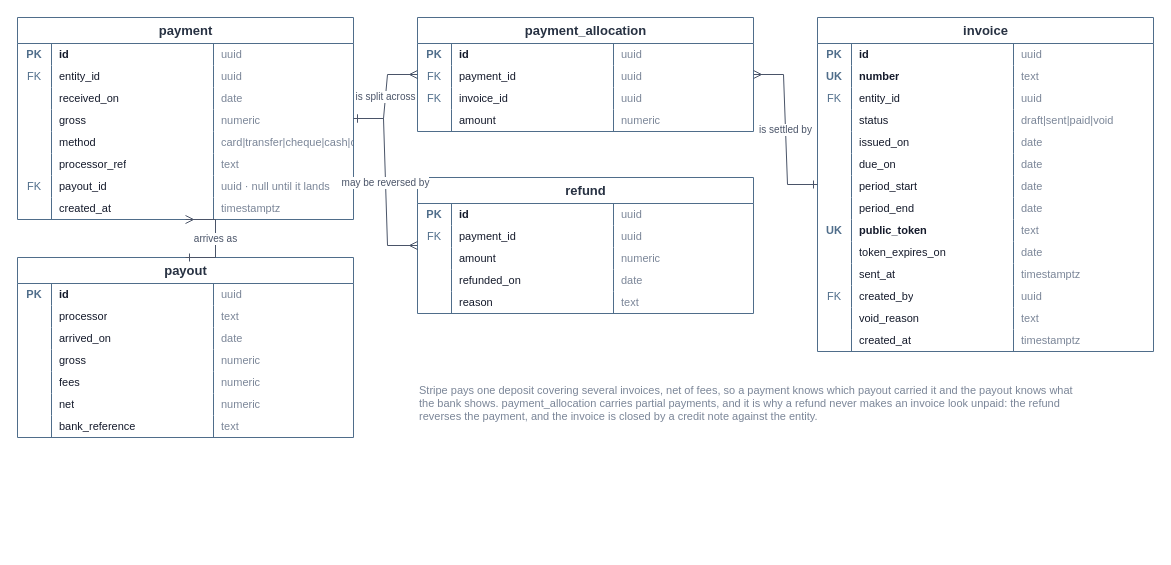
The draw.io diagram docs/schema/07-money-in.drawio in TylerVigario/reckon, before the edit. Source tidied: cells renumbered, new cells numbered last; positions are measured from the earlier drawing's top-left corner, leaving out a move shared by most shapes. Both pictures are drawn from the tidied source at 100%, with x=0, y=0 at pixel (17, 17).
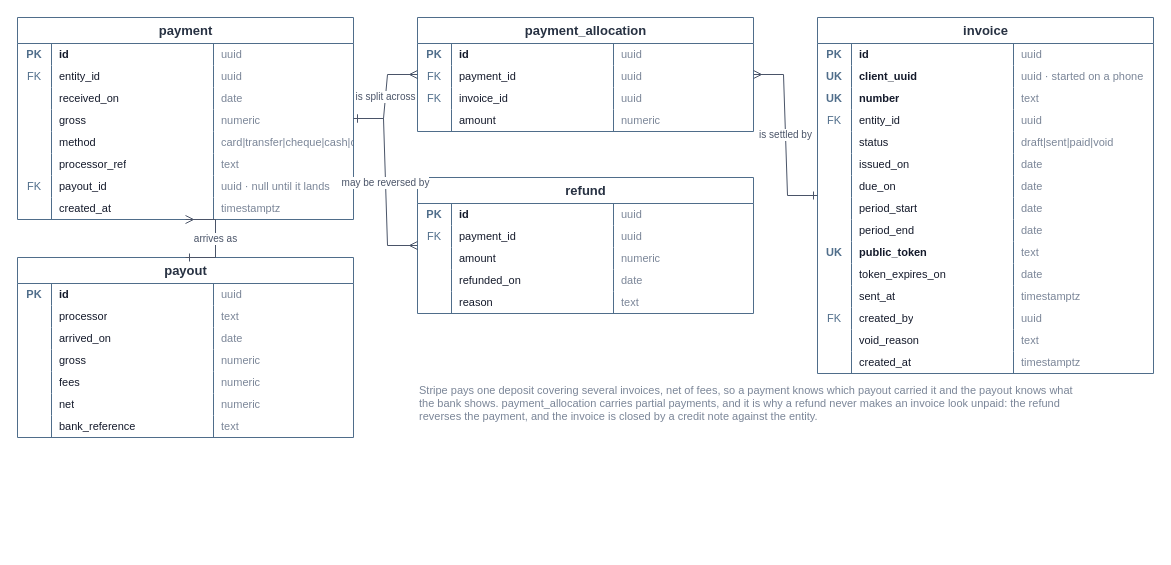
The same diagram, later.

The change refers to these unchanged cells:
```xml
<mxCell id="107" style="shape=tableRow;horizontal=0;startSize=0;swimlaneHead=0;swimlaneBody=0;fillColor=none;top=0;left=0;right=0;bottom=0;strokeColor=#d4dae4;" parent="102" vertex="1">
  <mxGeometry y="48" width="336" height="22" as="geometry" />
</mxCell>
<mxCell id="111" style="shape=tableRow;horizontal=0;startSize=0;swimlaneHead=0;swimlaneBody=0;fillColor=none;top=0;left=0;right=0;bottom=0;strokeColor=#d4dae4;" parent="102" vertex="1">
  <mxGeometry y="70" width="336" height="22" as="geometry" />
</mxCell>
<mxCell id="115" style="shape=tableRow;horizontal=0;startSize=0;swimlaneHead=0;swimlaneBody=0;fillColor=none;top=0;left=0;right=0;bottom=0;strokeColor=#d4dae4;" parent="102" vertex="1">
  <mxGeometry y="92" width="336" height="22" as="geometry" />
</mxCell>
<mxCell id="119" style="shape=tableRow;horizontal=0;startSize=0;swimlaneHead=0;swimlaneBody=0;fillColor=none;top=0;left=0;right=0;bottom=0;strokeColor=#d4dae4;" parent="102" vertex="1">
  <mxGeometry y="114" width="336" height="22" as="geometry" />
</mxCell>
<mxCell id="123" style="shape=tableRow;horizontal=0;startSize=0;swimlaneHead=0;swimlaneBody=0;fillColor=none;top=0;left=0;right=0;bottom=0;strokeColor=#d4dae4;" parent="102" vertex="1">
  <mxGeometry y="136" width="336" height="22" as="geometry" />
</mxCell>
<mxCell id="127" style="shape=tableRow;horizontal=0;startSize=0;swimlaneHead=0;swimlaneBody=0;fillColor=none;top=0;left=0;right=0;bottom=0;strokeColor=#d4dae4;" parent="102" vertex="1">
  <mxGeometry y="158" width="336" height="22" as="geometry" />
</mxCell>
<mxCell id="131" style="shape=tableRow;horizontal=0;startSize=0;swimlaneHead=0;swimlaneBody=0;fillColor=none;top=0;left=0;right=0;bottom=0;strokeColor=#d4dae4;" parent="102" vertex="1">
  <mxGeometry y="180" width="336" height="22" as="geometry" />
</mxCell>
<mxCell id="135" style="shape=tableRow;horizontal=0;startSize=0;swimlaneHead=0;swimlaneBody=0;fillColor=none;top=0;left=0;right=0;bottom=0;strokeColor=#d4dae4;" parent="102" vertex="1">
  <mxGeometry y="202" width="336" height="22" as="geometry" />
</mxCell>
<mxCell id="139" style="shape=tableRow;horizontal=0;startSize=0;swimlaneHead=0;swimlaneBody=0;fillColor=none;top=0;left=0;right=0;bottom=0;strokeColor=#d4dae4;" parent="102" vertex="1">
  <mxGeometry y="224" width="336" height="22" as="geometry" />
</mxCell>
<mxCell id="143" style="shape=tableRow;horizontal=0;startSize=0;swimlaneHead=0;swimlaneBody=0;fillColor=none;top=0;left=0;right=0;bottom=0;strokeColor=#d4dae4;" parent="102" vertex="1">
  <mxGeometry y="246" width="336" height="22" as="geometry" />
</mxCell>
<mxCell id="147" style="shape=tableRow;horizontal=0;startSize=0;swimlaneHead=0;swimlaneBody=0;fillColor=none;top=0;left=0;right=0;bottom=0;strokeColor=#d4dae4;" parent="102" vertex="1">
  <mxGeometry y="268" width="336" height="22" as="geometry" />
</mxCell>
<mxCell id="151" style="shape=tableRow;horizontal=0;startSize=0;swimlaneHead=0;swimlaneBody=0;fillColor=none;top=0;left=0;right=0;bottom=0;strokeColor=#d4dae4;" parent="102" vertex="1">
  <mxGeometry y="290" width="336" height="22" as="geometry" />
</mxCell>
<mxCell id="155" style="shape=tableRow;horizontal=0;startSize=0;swimlaneHead=0;swimlaneBody=0;fillColor=none;top=0;left=0;right=0;bottom=0;strokeColor=#d4dae4;" parent="102" vertex="1">
  <mxGeometry y="312" width="336" height="22" as="geometry" />
</mxCell>
```

What changed in the source:
```diff
@@
     <mxCell id="102" value="invoice" style="shape=table;startSize=26;childLayout=tableLayout;rowLines=0;fontStyle=1;align=center;html=1;fillColor=#ffffff;strokeColor=#4f6d8a;fontColor=#273142;fontSize=13;" parent="1" vertex="1">
-      <mxGeometry x="800" width="336" height="334" as="geometry" />
+      <mxGeometry x="800" width="336" height="356" as="geometry" />
     </mxCell>
@@
-    <mxCell id="109" value="number" style="shape=partialRectangle;fillColor=none;top=0;left=0;bottom=0;right=0;overflow=hidden;whiteSpace=wrap;html=1;fontSize=11;align=left;spacingLeft=6;fontColor=#141a2b;fontStyle=1;" parent="107" vertex="1">
+    <mxCell id="109" value="client_uuid" style="shape=partialRectangle;fillColor=none;top=0;left=0;bottom=0;right=0;overflow=hidden;whiteSpace=wrap;html=1;fontSize=11;align=left;spacingLeft=6;fontColor=#141a2b;fontStyle=1;" parent="107" vertex="1">
       <mxGeometry x="34" width="162" height="22" as="geometry" />
     </mxCell>
-    <mxCell id="110" value="text" style="shape=partialRectangle;fillColor=none;top=0;left=0;bottom=0;right=0;overflow=hidden;whiteSpace=wrap;html=1;fontSize=11;align=left;spacingLeft=6;fontColor=#7b8698;" parent="107" vertex="1">
+    <mxCell id="110" value="uuid · started on a phone" style="shape=partialRectangle;fillColor=none;top=0;left=0;bottom=0;right=0;overflow=hidden;whiteSpace=wrap;html=1;fontSize=11;align=left;spacingLeft=6;fontColor=#7b8698;" parent="107" vertex="1">
       <mxGeometry x="196" width="140" height="22" as="geometry" />
     </mxCell>
@@
-    <mxCell id="112" value="FK" style="shape=partialRectangle;fillColor=none;top=0;left=0;bottom=0;right=0;overflow=hidden;whiteSpace=wrap;html=1;fontSize=11;align=center;spacingLeft=0;fontColor=#4f6d8a;" parent="111" vertex="1">
+    <mxCell id="112" value="UK" style="shape=partialRectangle;fillColor=none;top=0;left=0;bottom=0;right=0;overflow=hidden;whiteSpace=wrap;html=1;fontSize=11;align=center;spacingLeft=0;fontColor=#4f6d8a;fontStyle=1;" parent="111" vertex="1">
       <mxGeometry width="34" height="22" as="geometry" />
     </mxCell>
-    <mxCell id="113" value="entity_id" style="shape=partialRectangle;fillColor=none;top=0;left=0;bottom=0;right=0;overflow=hidden;whiteSpace=wrap;html=1;fontSize=11;align=left;spacingLeft=6;fontColor=#141a2b;" parent="111" vertex="1">
+    <mxCell id="113" value="number" style="shape=partialRectangle;fillColor=none;top=0;left=0;bottom=0;right=0;overflow=hidden;whiteSpace=wrap;html=1;fontSize=11;align=left;spacingLeft=6;fontColor=#141a2b;fontStyle=1;" parent="111" vertex="1">
       <mxGeometry x="34" width="162" height="22" as="geometry" />
     </mxCell>
-    <mxCell id="114" value="uuid" style="shape=partialRectangle;fillColor=none;top=0;left=0;bottom=0;right=0;overflow=hidden;whiteSpace=wrap;html=1;fontSize=11;align=left;spacingLeft=6;fontColor=#7b8698;" parent="111" vertex="1">
+    <mxCell id="114" value="text" style="shape=partialRectangle;fillColor=none;top=0;left=0;bottom=0;right=0;overflow=hidden;whiteSpace=wrap;html=1;fontSize=11;align=left;spacingLeft=6;fontColor=#7b8698;" parent="111" vertex="1">
       <mxGeometry x="196" width="140" height="22" as="geometry" />
     </mxCell>
@@
-    <mxCell id="116" style="shape=partialRectangle;fillColor=none;top=0;left=0;bottom=0;right=0;overflow=hidden;whiteSpace=wrap;html=1;fontSize=11;align=center;spacingLeft=0;fontColor=#141a2b;" parent="115" vertex="1">
+    <mxCell id="116" value="FK" style="shape=partialRectangle;fillColor=none;top=0;left=0;bottom=0;right=0;overflow=hidden;whiteSpace=wrap;html=1;fontSize=11;align=center;spacingLeft=0;fontColor=#4f6d8a;" parent="115" vertex="1">
       <mxGeometry width="34" height="22" as="geometry" />
     </mxCell>
-    <mxCell id="117" value="status" style="shape=partialRectangle;fillColor=none;top=0;left=0;bottom=0;right=0;overflow=hidden;whiteSpace=wrap;html=1;fontSize=11;align=left;spacingLeft=6;fontColor=#141a2b;" parent="115" vertex="1">
+    <mxCell id="117" value="entity_id" style="shape=partialRectangle;fillColor=none;top=0;left=0;bottom=0;right=0;overflow=hidden;whiteSpace=wrap;html=1;fontSize=11;align=left;spacingLeft=6;fontColor=#141a2b;" parent="115" vertex="1">
       <mxGeometry x="34" width="162" height="22" as="geometry" />
     </mxCell>
-    <mxCell id="118" value="draft|sent|paid|void" style="shape=partialRectangle;fillColor=none;top=0;left=0;bottom=0;right=0;overflow=hidden;whiteSpace=wrap;html=1;fontSize=11;align=left;spacingLeft=6;fontColor=#7b8698;" parent="115" vertex="1">
+    <mxCell id="118" value="uuid" style="shape=partialRectangle;fillColor=none;top=0;left=0;bottom=0;right=0;overflow=hidden;whiteSpace=wrap;html=1;fontSize=11;align=left;spacingLeft=6;fontColor=#7b8698;" parent="115" vertex="1">
       <mxGeometry x="196" width="140" height="22" as="geometry" />
     </mxCell>
@@
-    <mxCell id="121" value="issued_on" style="shape=partialRectangle;fillColor=none;top=0;left=0;bottom=0;right=0;overflow=hidden;whiteSpace=wrap;html=1;fontSize=11;align=left;spacingLeft=6;fontColor=#141a2b;" parent="119" vertex="1">
+    <mxCell id="121" value="status" style="shape=partialRectangle;fillColor=none;top=0;left=0;bottom=0;right=0;overflow=hidden;whiteSpace=wrap;html=1;fontSize=11;align=left;spacingLeft=6;fontColor=#141a2b;" parent="119" vertex="1">
       <mxGeometry x="34" width="162" height="22" as="geometry" />
     </mxCell>
-    <mxCell id="122" value="date" style="shape=partialRectangle;fillColor=none;top=0;left=0;bottom=0;right=0;overflow=hidden;whiteSpace=wrap;html=1;fontSize=11;align=left;spacingLeft=6;fontColor=#7b8698;" parent="119" vertex="1">
+    <mxCell id="122" value="draft|sent|paid|void" style="shape=partialRectangle;fillColor=none;top=0;left=0;bottom=0;right=0;overflow=hidden;whiteSpace=wrap;html=1;fontSize=11;align=left;spacingLeft=6;fontColor=#7b8698;" parent="119" vertex="1">
       <mxGeometry x="196" width="140" height="22" as="geometry" />
     </mxCell>
@@
-    <mxCell id="125" value="due_on" style="shape=partialRectangle;fillColor=none;top=0;left=0;bottom=0;right=0;overflow=hidden;whiteSpace=wrap;html=1;fontSize=11;align=left;spacingLeft=6;fontColor=#141a2b;" parent="123" vertex="1">
+    <mxCell id="125" value="issued_on" style="shape=partialRectangle;fillColor=none;top=0;left=0;bottom=0;right=0;overflow=hidden;whiteSpace=wrap;html=1;fontSize=11;align=left;spacingLeft=6;fontColor=#141a2b;" parent="123" vertex="1">
       <mxGeometry x="34" width="162" height="22" as="geometry" />
     </mxCell>
@@
-    <mxCell id="129" value="period_start" style="shape=partialRectangle;fillColor=none;top=0;left=0;bottom=0;right=0;overflow=hidden;whiteSpace=wrap;html=1;fontSize=11;align=left;spacingLeft=6;fontColor=#141a2b;" parent="127" vertex="1">
+    <mxCell id="129" value="due_on" style="shape=partialRectangle;fillColor=none;top=0;left=0;bottom=0;right=0;overflow=hidden;whiteSpace=wrap;html=1;fontSize=11;align=left;spacingLeft=6;fontColor=#141a2b;" parent="127" vertex="1">
       <mxGeometry x="34" width="162" height="22" as="geometry" />
     </mxCell>
@@
-    <mxCell id="133" value="period_end" style="shape=partialRectangle;fillColor=none;top=0;left=0;bottom=0;right=0;overflow=hidden;whiteSpace=wrap;html=1;fontSize=11;align=left;spacingLeft=6;fontColor=#141a2b;" parent="131" vertex="1">
+    <mxCell id="133" value="period_start" style="shape=partialRectangle;fillColor=none;top=0;left=0;bottom=0;right=0;overflow=hidden;whiteSpace=wrap;html=1;fontSize=11;align=left;spacingLeft=6;fontColor=#141a2b;" parent="131" vertex="1">
       <mxGeometry x="34" width="162" height="22" as="geometry" />
     </mxCell>
@@
-    <mxCell id="136" value="UK" style="shape=partialRectangle;fillColor=none;top=0;left=0;bottom=0;right=0;overflow=hidden;whiteSpace=wrap;html=1;fontSize=11;align=center;spacingLeft=0;fontColor=#4f6d8a;fontStyle=1;" parent="135" vertex="1">
+    <mxCell id="136" style="shape=partialRectangle;fillColor=none;top=0;left=0;bottom=0;right=0;overflow=hidden;whiteSpace=wrap;html=1;fontSize=11;align=center;spacingLeft=0;fontColor=#141a2b;" parent="135" vertex="1">
       <mxGeometry width="34" height="22" as="geometry" />
     </mxCell>
-    <mxCell id="137" value="public_token" style="shape=partialRectangle;fillColor=none;top=0;left=0;bottom=0;right=0;overflow=hidden;whiteSpace=wrap;html=1;fontSize=11;align=left;spacingLeft=6;fontColor=#141a2b;fontStyle=1;" parent="135" vertex="1">
+    <mxCell id="137" value="period_end" style="shape=partialRectangle;fillColor=none;top=0;left=0;bottom=0;right=0;overflow=hidden;whiteSpace=wrap;html=1;fontSize=11;align=left;spacingLeft=6;fontColor=#141a2b;" parent="135" vertex="1">
       <mxGeometry x="34" width="162" height="22" as="geometry" />
     </mxCell>
-    <mxCell id="138" value="text" style="shape=partialRectangle;fillColor=none;top=0;left=0;bottom=0;right=0;overflow=hidden;whiteSpace=wrap;html=1;fontSize=11;align=left;spacingLeft=6;fontColor=#7b8698;" parent="135" vertex="1">
+    <mxCell id="138" value="date" style="shape=partialRectangle;fillColor=none;top=0;left=0;bottom=0;right=0;overflow=hidden;whiteSpace=wrap;html=1;fontSize=11;align=left;spacingLeft=6;fontColor=#7b8698;" parent="135" vertex="1">
       <mxGeometry x="196" width="140" height="22" as="geometry" />
     </mxCell>
@@
-    <mxCell id="140" style="shape=partialRectangle;fillColor=none;top=0;left=0;bottom=0;right=0;overflow=hidden;whiteSpace=wrap;html=1;fontSize=11;align=center;spacingLeft=0;fontColor=#141a2b;" parent="139" vertex="1">
+    <mxCell id="140" value="UK" style="shape=partialRectangle;fillColor=none;top=0;left=0;bottom=0;right=0;overflow=hidden;whiteSpace=wrap;html=1;fontSize=11;align=center;spacingLeft=0;fontColor=#4f6d8a;fontStyle=1;" parent="139" vertex="1">
       <mxGeometry width="34" height="22" as="geometry" />
     </mxCell>
-    <mxCell id="141" value="token_expires_on" style="shape=partialRectangle;fillColor=none;top=0;left=0;bottom=0;right=0;overflow=hidden;whiteSpace=wrap;html=1;fontSize=11;align=left;spacingLeft=6;fontColor=#141a2b;" parent="139" vertex="1">
+    <mxCell id="141" value="public_token" style="shape=partialRectangle;fillColor=none;top=0;left=0;bottom=0;right=0;overflow=hidden;whiteSpace=wrap;html=1;fontSize=11;align=left;spacingLeft=6;fontColor=#141a2b;fontStyle=1;" parent="139" vertex="1">
       <mxGeometry x="34" width="162" height="22" as="geometry" />
     </mxCell>
-    <mxCell id="142" value="date" style="shape=partialRectangle;fillColor=none;top=0;left=0;bottom=0;right=0;overflow=hidden;whiteSpace=wrap;html=1;fontSize=11;align=left;spacingLeft=6;fontColor=#7b8698;" parent="139" vertex="1">
+    <mxCell id="142" value="text" style="shape=partialRectangle;fillColor=none;top=0;left=0;bottom=0;right=0;overflow=hidden;whiteSpace=wrap;html=1;fontSize=11;align=left;spacingLeft=6;fontColor=#7b8698;" parent="139" vertex="1">
       <mxGeometry x="196" width="140" height="22" as="geometry" />
     </mxCell>
@@
-    <mxCell id="145" value="sent_at" style="shape=partialRectangle;fillColor=none;top=0;left=0;bottom=0;right=0;overflow=hidden;whiteSpace=wrap;html=1;fontSize=11;align=left;spacingLeft=6;fontColor=#141a2b;" parent="143" vertex="1">
+    <mxCell id="145" value="token_expires_on" style="shape=partialRectangle;fillColor=none;top=0;left=0;bottom=0;right=0;overflow=hidden;whiteSpace=wrap;html=1;fontSize=11;align=left;spacingLeft=6;fontColor=#141a2b;" parent="143" vertex="1">
       <mxGeometry x="34" width="162" height="22" as="geometry" />
     </mxCell>
-    <mxCell id="146" value="timestamptz" style="shape=partialRectangle;fillColor=none;top=0;left=0;bottom=0;right=0;overflow=hidden;whiteSpace=wrap;html=1;fontSize=11;align=left;spacingLeft=6;fontColor=#7b8698;" parent="143" vertex="1">
+    <mxCell id="146" value="date" style="shape=partialRectangle;fillColor=none;top=0;left=0;bottom=0;right=0;overflow=hidden;whiteSpace=wrap;html=1;fontSize=11;align=left;spacingLeft=6;fontColor=#7b8698;" parent="143" vertex="1">
       <mxGeometry x="196" width="140" height="22" as="geometry" />
     </mxCell>
@@
-    <mxCell id="148" value="FK" style="shape=partialRectangle;fillColor=none;top=0;left=0;bottom=0;right=0;overflow=hidden;whiteSpace=wrap;html=1;fontSize=11;align=center;spacingLeft=0;fontColor=#4f6d8a;" parent="147" vertex="1">
+    <mxCell id="148" style="shape=partialRectangle;fillColor=none;top=0;left=0;bottom=0;right=0;overflow=hidden;whiteSpace=wrap;html=1;fontSize=11;align=center;spacingLeft=0;fontColor=#141a2b;" parent="147" vertex="1">
       <mxGeometry width="34" height="22" as="geometry" />
     </mxCell>
-    <mxCell id="149" value="created_by" style="shape=partialRectangle;fillColor=none;top=0;left=0;bottom=0;right=0;overflow=hidden;whiteSpace=wrap;html=1;fontSize=11;align=left;spacingLeft=6;fontColor=#141a2b;" parent="147" vertex="1">
+    <mxCell id="149" value="sent_at" style="shape=partialRectangle;fillColor=none;top=0;left=0;bottom=0;right=0;overflow=hidden;whiteSpace=wrap;html=1;fontSize=11;align=left;spacingLeft=6;fontColor=#141a2b;" parent="147" vertex="1">
       <mxGeometry x="34" width="162" height="22" as="geometry" />
     </mxCell>
-    <mxCell id="150" value="uuid" style="shape=partialRectangle;fillColor=none;top=0;left=0;bottom=0;right=0;overflow=hidden;whiteSpace=wrap;html=1;fontSize=11;align=left;spacingLeft=6;fontColor=#7b8698;" parent="147" vertex="1">
+    <mxCell id="150" value="timestamptz" style="shape=partialRectangle;fillColor=none;top=0;left=0;bottom=0;right=0;overflow=hidden;whiteSpace=wrap;html=1;fontSize=11;align=left;spacingLeft=6;fontColor=#7b8698;" parent="147" vertex="1">
       <mxGeometry x="196" width="140" height="22" as="geometry" />
     </mxCell>
@@
-    <mxCell id="152" style="shape=partialRectangle;fillColor=none;top=0;left=0;bottom=0;right=0;overflow=hidden;whiteSpace=wrap;html=1;fontSize=11;align=center;spacingLeft=0;fontColor=#141a2b;" parent="151" vertex="1">
+    <mxCell id="152" value="FK" style="shape=partialRectangle;fillColor=none;top=0;left=0;bottom=0;right=0;overflow=hidden;whiteSpace=wrap;html=1;fontSize=11;align=center;spacingLeft=0;fontColor=#4f6d8a;" parent="151" vertex="1">
       <mxGeometry width="34" height="22" as="geometry" />
     </mxCell>
-    <mxCell id="153" value="void_reason" style="shape=partialRectangle;fillColor=none;top=0;left=0;bottom=0;right=0;overflow=hidden;whiteSpace=wrap;html=1;fontSize=11;align=left;spacingLeft=6;fontColor=#141a2b;" parent="151" vertex="1">
+    <mxCell id="153" value="created_by" style="shape=partialRectangle;fillColor=none;top=0;left=0;bottom=0;right=0;overflow=hidden;whiteSpace=wrap;html=1;fontSize=11;align=left;spacingLeft=6;fontColor=#141a2b;" parent="151" vertex="1">
       <mxGeometry x="34" width="162" height="22" as="geometry" />
     </mxCell>
-    <mxCell id="154" value="text" style="shape=partialRectangle;fillColor=none;top=0;left=0;bottom=0;right=0;overflow=hidden;whiteSpace=wrap;html=1;fontSize=11;align=left;spacingLeft=6;fontColor=#7b8698;" parent="151" vertex="1">
+    <mxCell id="154" value="uuid" style="shape=partialRectangle;fillColor=none;top=0;left=0;bottom=0;right=0;overflow=hidden;whiteSpace=wrap;html=1;fontSize=11;align=left;spacingLeft=6;fontColor=#7b8698;" parent="151" vertex="1">
       <mxGeometry x="196" width="140" height="22" as="geometry" />
     </mxCell>
@@
-    <mxCell id="157" value="created_at" style="shape=partialRectangle;fillColor=none;top=0;left=0;bottom=0;right=0;overflow=hidden;whiteSpace=wrap;html=1;fontSize=11;align=left;spacingLeft=6;fontColor=#141a2b;" parent="155" vertex="1">
+    <mxCell id="157" value="void_reason" style="shape=partialRectangle;fillColor=none;top=0;left=0;bottom=0;right=0;overflow=hidden;whiteSpace=wrap;html=1;fontSize=11;align=left;spacingLeft=6;fontColor=#141a2b;" parent="155" vertex="1">
       <mxGeometry x="34" width="162" height="22" as="geometry" />
     </mxCell>
-    <mxCell id="158" value="timestamptz" style="shape=partialRectangle;fillColor=none;top=0;left=0;bottom=0;right=0;overflow=hidden;whiteSpace=wrap;html=1;fontSize=11;align=left;spacingLeft=6;fontColor=#7b8698;" parent="155" vertex="1">
+    <mxCell id="158" value="text" style="shape=partialRectangle;fillColor=none;top=0;left=0;bottom=0;right=0;overflow=hidden;whiteSpace=wrap;html=1;fontSize=11;align=left;spacingLeft=6;fontColor=#7b8698;" parent="155" vertex="1">
       <mxGeometry x="196" width="140" height="22" as="geometry" />
     </mxCell>
+    <mxCell id="164" style="shape=tableRow;horizontal=0;startSize=0;swimlaneHead=0;swimlaneBody=0;fillColor=none;top=0;left=0;right=0;bottom=0;strokeColor=#d4dae4;" parent="102" vertex="1">
+      <mxGeometry y="334" width="336" height="22" as="geometry" />
+    </mxCell>
+    <mxCell id="165" style="shape=partialRectangle;fillColor=none;top=0;left=0;bottom=0;right=0;overflow=hidden;whiteSpace=wrap;html=1;fontSize=11;align=center;spacingLeft=0;fontColor=#141a2b;" parent="164" vertex="1">
+      <mxGeometry width="34" height="22" as="geometry" />
+    </mxCell>
+    <mxCell id="166" value="created_at" style="shape=partialRectangle;fillColor=none;top=0;left=0;bottom=0;right=0;overflow=hidden;whiteSpace=wrap;html=1;fontSize=11;align=left;spacingLeft=6;fontColor=#141a2b;" parent="164" vertex="1">
+      <mxGeometry x="34" width="162" height="22" as="geometry" />
+    </mxCell>
+    <mxCell id="167" value="timestamptz" style="shape=partialRectangle;fillColor=none;top=0;left=0;bottom=0;right=0;overflow=hidden;whiteSpace=wrap;html=1;fontSize=11;align=left;spacingLeft=6;fontColor=#7b8698;" parent="164" vertex="1">
+      <mxGeometry x="196" width="140" height="22" as="geometry" />
+    </mxCell>
```
